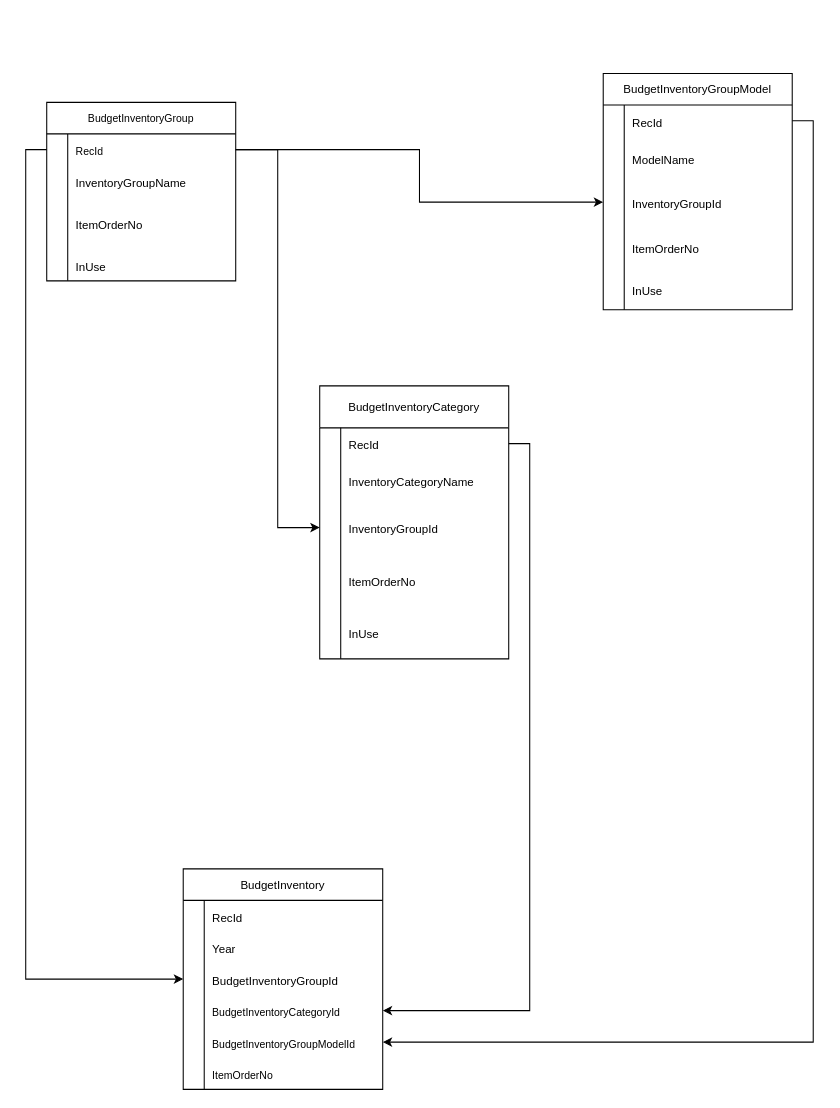
Before: Başlıksız Diyagram.drawio in Kadirayd/Karatas1, a draw.io diagram. Source tidied: cells renumbered, new cells numbered last; positions are measured from the earlier drawing's top-left corner, leaving out a move shared by most shapes. Both pictures are drawn from the tidied source at 105%, with x=0, y=0 at pixel (46, 72).
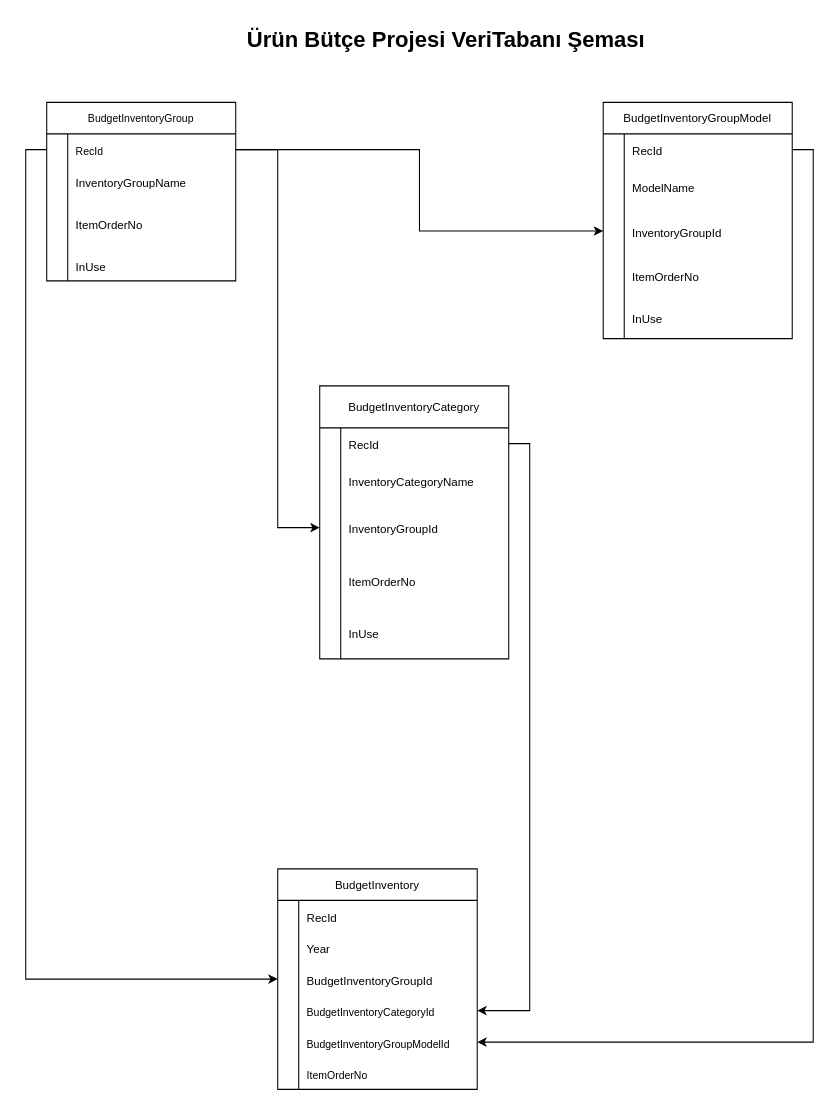
The same page after the edit.

Change to the diagram source:
```diff
@@
     <mxCell id="33" value="BudgetInventoryGroupModel" style="shape=table;startSize=30;childLayout=tableLayout;rowLines=0;fontStyle=0;strokeColor=default;fontSize=11;" parent="1" vertex="1">
-      <mxGeometry x="530" y="0.5" width="180" height="225" as="geometry" />
+      <mxGeometry x="530" y="28" width="180" height="225" as="geometry" />
     </mxCell>
@@
     <mxCell id="49" value="BudgetInventory" style="shape=table;startSize=30;childLayout=tableLayout;rowLines=0;fontStyle=0;strokeColor=default;fontSize=11;" parent="1" vertex="1">
-      <mxGeometry x="130" y="758" width="190" height="210" as="geometry" />
+      <mxGeometry x="220" y="758" width="190" height="210" as="geometry" />
     </mxCell>
@@
+    <mxCell id="73" value="&lt;font style=&quot;font-size: 21px;&quot;&gt;Ürün Bütçe Projesi VeriTabanı Şeması&lt;/font&gt;" style="text;strokeColor=none;fillColor=none;html=1;fontSize=24;fontStyle=1;verticalAlign=middle;align=center;" parent="1" vertex="1">
+      <mxGeometry x="330" y="-52" width="100" height="40" as="geometry" />
+    </mxCell>
```
